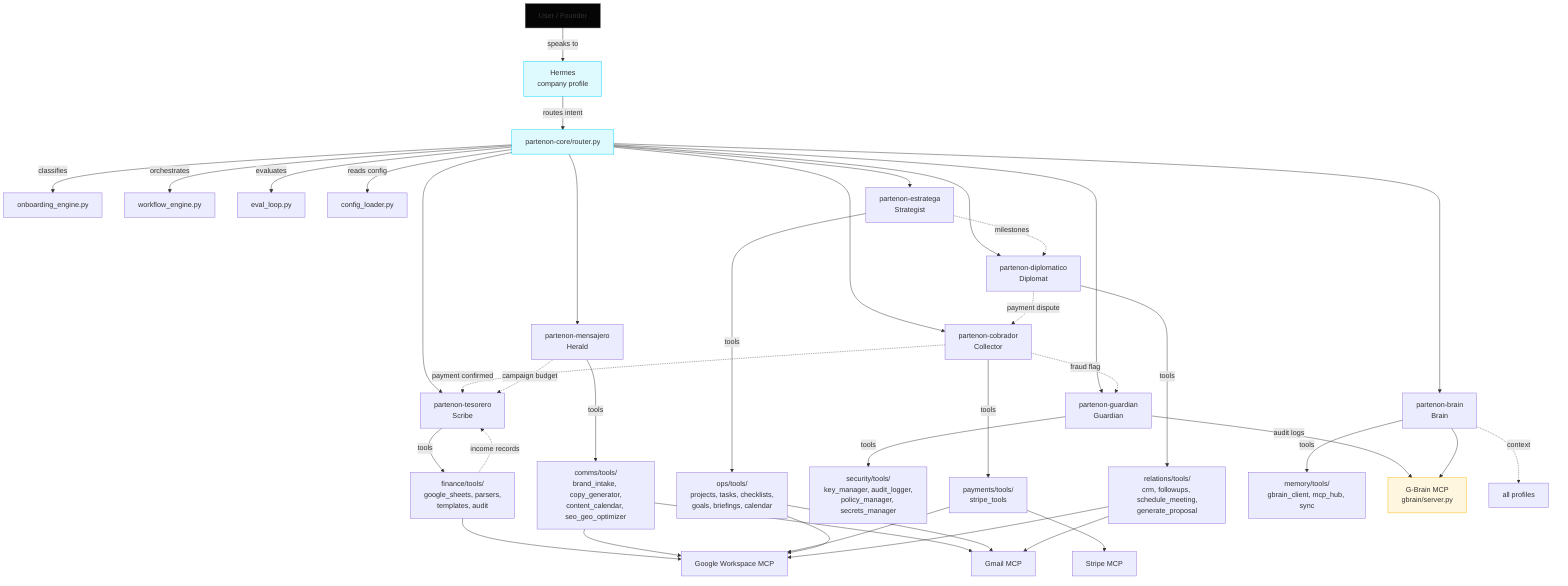
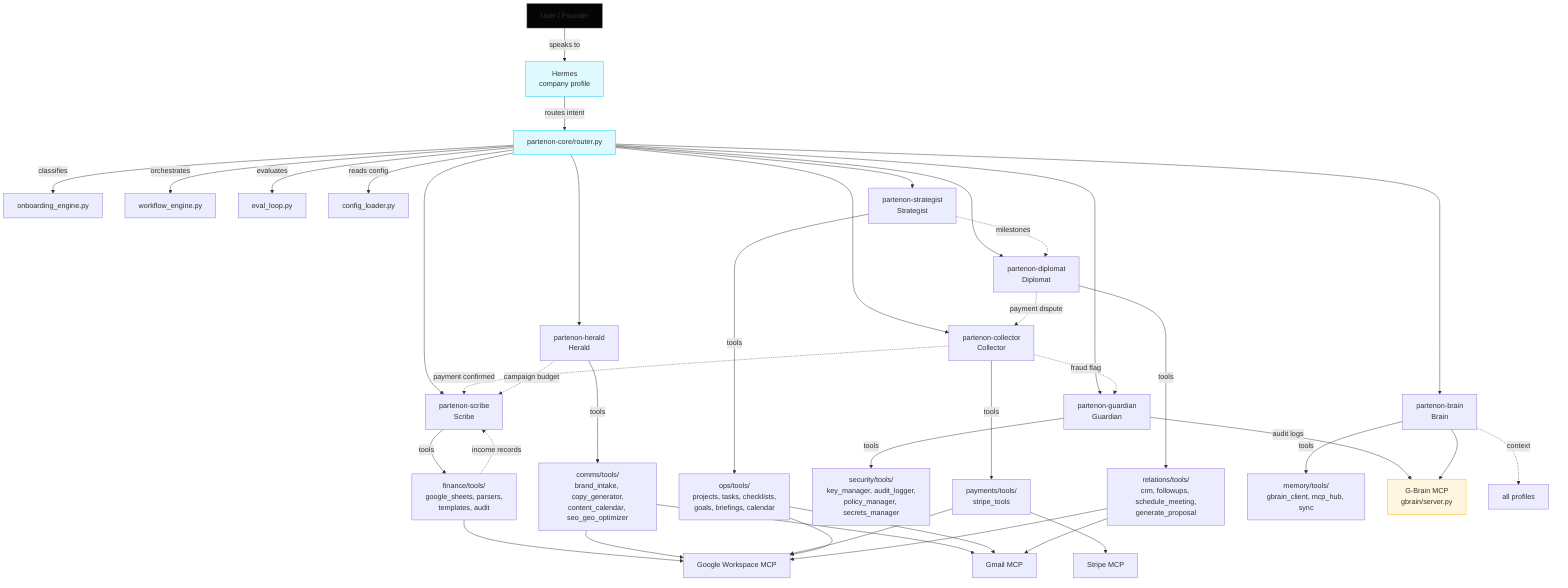
graph TD
    USER[User / Founder] -->|speaks to| HERMES[Hermes<br/>company profile]
    HERMES -->|routes intent| ROUTER[partenon-core/router.py]
    ROUTER -->|classifies| ONBOARD[onboarding_engine.py]
    ROUTER -->|orchestrates| WORKFLOW[workflow_engine.py]
    ROUTER -->|evaluates| EVAL[eval_loop.py]
    ROUTER -->|reads config| CONFIG[config_loader.py]

-     ROUTER --> SCRIBE[partenon-tesorero<br/>Scribe]
-     ROUTER --> HERALD[partenon-mensajero<br/>Herald]
-     ROUTER --> COLLECTOR[partenon-cobrador<br/>Collector]
+     ROUTER --> SCRIBE[partenon-scribe<br/>Scribe]
+     ROUTER --> HERALD[partenon-herald<br/>Herald]
+     ROUTER --> COLLECTOR[partenon-collector<br/>Collector]
    ROUTER --> GUARDIAN[partenon-guardian<br/>Guardian]
-     ROUTER --> STRATEGIST[partenon-estratega<br/>Strategist]
-     ROUTER --> DIPLOMAT[partenon-diplomatico<br/>Diplomat]
+     ROUTER --> STRATEGIST[partenon-strategist<br/>Strategist]
+     ROUTER --> DIPLOMAT[partenon-diplomat<br/>Diplomat]
    ROUTER --> BRAIN[partenon-brain<br/>Brain]

    SCRIBE -->|tools| FIN[finance/tools/<br/>google_sheets, parsers,<br/>templates, audit]
    HERALD -->|tools| COMMS[comms/tools/<br/>brand_intake, copy_generator,<br/>content_calendar, seo_geo_optimizer]
    COLLECTOR -->|tools| PAY[payments/tools/<br/>stripe_tools]
    GUARDIAN -->|tools| SEC[security/tools/<br/>key_manager, audit_logger,<br/>policy_manager, secrets_manager]
    STRATEGIST -->|tools| OPS[ops/tools/<br/>projects, tasks, checklists,<br/>goals, briefings, calendar]
    DIPLOMAT -->|tools| REL[relations/tools/<br/>crm, followups, schedule_meeting,<br/>generate_proposal]
    BRAIN -->|tools| MEM[memory/tools/<br/>gbrain_client, mcp_hub, sync]

    FIN --> GWS[Google Workspace MCP]
    COMMS --> GWS
    COMMS --> GMAIL[Gmail MCP]
    PAY --> STRIPE[Stripe MCP]
    PAY --> GWS
    OPS --> GWS
    OPS --> GMAIL
    REL --> GWS
    REL --> GMAIL
    GUARDIAN -->|audit logs| GB
    BRAIN --> GB[G-Brain MCP<br/>gbrain/server.py]

    FIN -.->|income records| SCRIBE
    COLLECTOR -.->|payment confirmed| SCRIBE
    HERALD -.->|campaign budget| SCRIBE
    STRATEGIST -.->|milestones| DIPLOMAT
    DIPLOMAT -.->|payment dispute| COLLECTOR
    COLLECTOR -.->|fraud flag| GUARDIAN
    BRAIN -.->|context| ALL[all profiles]

    style HERMES fill:#00D4FF20,stroke:#00D4FF
    style ROUTER fill:#00D4FF20,stroke:#00D4FF
    style GB fill:#FFB80020,stroke:#FFB800
    style USER fill:#050505,stroke:#6B6B78
